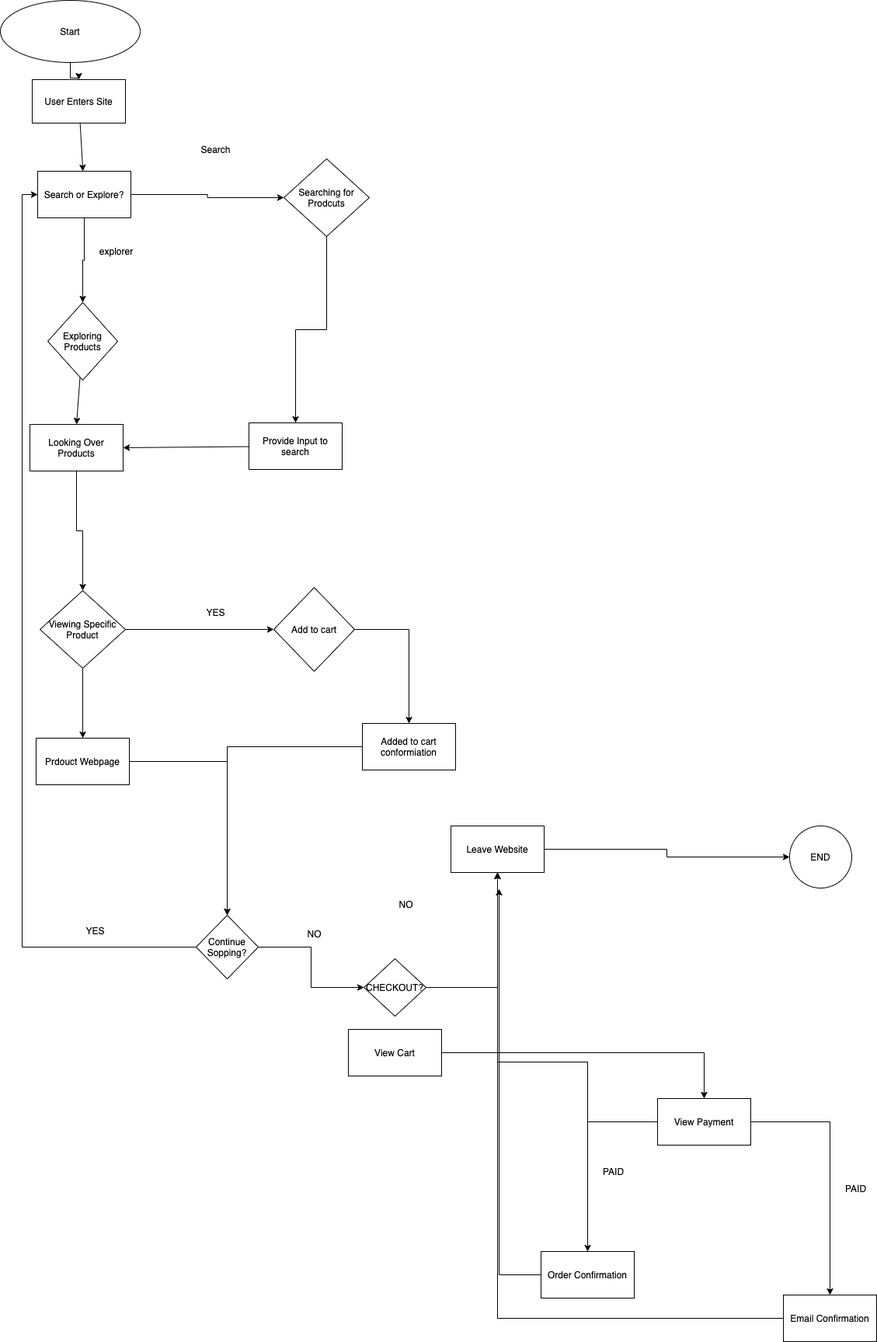
This is part2/part2.drawio.png from SleepyDeep/sp21-cse110-lab4, a draw.io export, as it was before one commit. Source tidied: cells renumbered, new cells last; positions are measured from the earlier drawing's top-left corner, leaving out a move shared by most shapes.
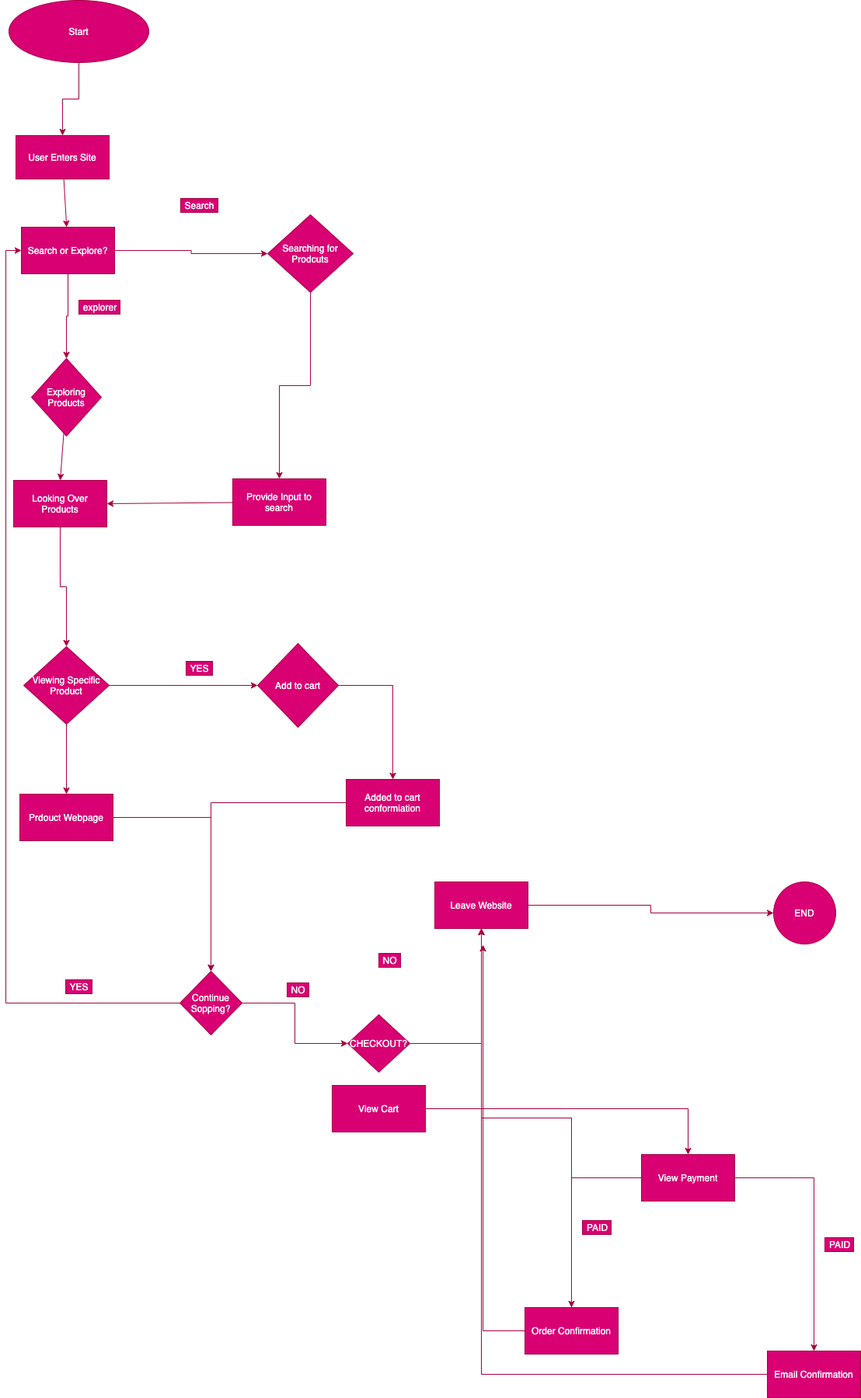
After the change.

What changed in the source:
```diff
@@ -2,162 +2,162 @@
   <root>
     <mxCell id="0" />
     <mxCell id="1" parent="0" />
-    <mxCell id="2" style="edgeStyle=orthogonalEdgeStyle;rounded=0;jettySize=auto;html=1;entryX=0.5;entryY=0;entryDx=0;entryDy=0;" parent="1" edge="1" source="3" target="5">
+    <mxCell id="2" style="edgeStyle=orthogonalEdgeStyle;rounded=0;jettySize=auto;html=1;entryX=0.5;entryY=0;entryDx=0;entryDy=0;strokeColor=#A50040;fillColor=#d80073;" parent="1" edge="1" source="3" target="5">
       <mxGeometry relative="1" as="geometry" />
     </mxCell>
-    <mxCell id="3" value="Start" style="ellipse;whiteSpace=wrap;html=1;" parent="1" vertex="1">
-      <mxGeometry width="180" height="80" as="geometry" />
+    <mxCell id="3" value="Start" style="ellipse;whiteSpace=wrap;html=1;strokeColor=#A50040;fillColor=#d80073;fontColor=#ffffff;" parent="1" vertex="1">
+      <mxGeometry x="32" y="-72" width="180" height="80" as="geometry" />
     </mxCell>
-    <mxCell id="4" style="edgeStyle=none;rounded=0;jettySize=auto;html=1;" parent="1" edge="1" source="5" target="29">
+    <mxCell id="4" style="edgeStyle=none;rounded=0;jettySize=auto;html=1;strokeColor=#A50040;fillColor=#d80073;" parent="1" edge="1" source="5" target="29">
       <mxGeometry relative="1" as="geometry" />
     </mxCell>
-    <mxCell id="5" value="User Enters Site" style="whiteSpace=wrap;html=1;" parent="1" vertex="1">
+    <mxCell id="5" value="User Enters Site" style="whiteSpace=wrap;html=1;strokeColor=#A50040;fillColor=#d80073;fontColor=#ffffff;" parent="1" vertex="1">
       <mxGeometry x="41" y="102" width="120" height="56" as="geometry" />
     </mxCell>
-    <mxCell id="6" style="edgeStyle=none;rounded=0;jettySize=auto;html=1;entryX=0.5;entryY=0;entryDx=0;entryDy=0;" parent="1" edge="1" source="7" target="13">
+    <mxCell id="6" style="edgeStyle=none;rounded=0;jettySize=auto;html=1;entryX=0.5;entryY=0;entryDx=0;entryDy=0;strokeColor=#A50040;fillColor=#d80073;" parent="1" edge="1" source="7" target="13">
       <mxGeometry relative="1" as="geometry" />
     </mxCell>
-    <mxCell id="7" value="Exploring Products" style="rhombus;whiteSpace=wrap;html=1;" parent="1" vertex="1">
+    <mxCell id="7" value="Exploring Products" style="rhombus;whiteSpace=wrap;html=1;strokeColor=#A50040;fillColor=#d80073;fontColor=#ffffff;" parent="1" vertex="1">
       <mxGeometry x="61" y="389" width="90" height="100" as="geometry" />
     </mxCell>
-    <mxCell id="8" style="edgeStyle=orthogonalEdgeStyle;rounded=0;jettySize=auto;html=1;" parent="1" edge="1" source="9" target="11">
+    <mxCell id="8" style="edgeStyle=orthogonalEdgeStyle;rounded=0;jettySize=auto;html=1;strokeColor=#A50040;fillColor=#d80073;" parent="1" edge="1" source="9" target="11">
       <mxGeometry relative="1" as="geometry" />
     </mxCell>
-    <mxCell id="9" value="Searching for Prodcuts" style="rhombus;whiteSpace=wrap;html=1;" parent="1" vertex="1">
+    <mxCell id="9" value="Searching for Prodcuts" style="rhombus;whiteSpace=wrap;html=1;strokeColor=#A50040;fillColor=#d80073;fontColor=#ffffff;" parent="1" vertex="1">
       <mxGeometry x="365" y="204" width="110" height="100" as="geometry" />
     </mxCell>
-    <mxCell id="10" style="edgeStyle=none;rounded=0;jettySize=auto;html=1;entryX=1;entryY=0.5;entryDx=0;entryDy=0;" parent="1" edge="1" source="11" target="13">
+    <mxCell id="10" style="edgeStyle=none;rounded=0;jettySize=auto;html=1;entryX=1;entryY=0.5;entryDx=0;entryDy=0;strokeColor=#A50040;fillColor=#d80073;" parent="1" edge="1" source="11" target="13">
       <mxGeometry relative="1" as="geometry" />
     </mxCell>
-    <mxCell id="11" value="Provide Input to search" style="whiteSpace=wrap;html=1;" parent="1" vertex="1">
+    <mxCell id="11" value="Provide Input to search" style="whiteSpace=wrap;html=1;strokeColor=#A50040;fillColor=#d80073;fontColor=#ffffff;" parent="1" vertex="1">
       <mxGeometry x="320" y="544" width="120" height="60" as="geometry" />
     </mxCell>
-    <mxCell id="12" style="edgeStyle=orthogonalEdgeStyle;rounded=0;jettySize=auto;html=1;entryX=0.5;entryY=0;entryDx=0;entryDy=0;" parent="1" edge="1" source="13" target="16">
+    <mxCell id="12" style="edgeStyle=orthogonalEdgeStyle;rounded=0;jettySize=auto;html=1;entryX=0.5;entryY=0;entryDx=0;entryDy=0;strokeColor=#A50040;fillColor=#d80073;" parent="1" edge="1" source="13" target="16">
       <mxGeometry relative="1" as="geometry" />
     </mxCell>
-    <mxCell id="13" value="Looking Over Products" style="whiteSpace=wrap;html=1;" parent="1" vertex="1">
+    <mxCell id="13" value="Looking Over Products" style="whiteSpace=wrap;html=1;strokeColor=#A50040;fillColor=#d80073;fontColor=#ffffff;" parent="1" vertex="1">
       <mxGeometry x="38" y="546" width="120" height="60" as="geometry" />
     </mxCell>
-    <mxCell id="14" style="edgeStyle=orthogonalEdgeStyle;rounded=0;jettySize=auto;html=1;entryX=0;entryY=0.5;entryDx=0;entryDy=0;" parent="1" edge="1" source="16" target="18">
+    <mxCell id="14" style="edgeStyle=orthogonalEdgeStyle;rounded=0;jettySize=auto;html=1;entryX=0;entryY=0.5;entryDx=0;entryDy=0;strokeColor=#A50040;fillColor=#d80073;" parent="1" edge="1" source="16" target="18">
       <mxGeometry relative="1" as="geometry" />
     </mxCell>
-    <mxCell id="15" style="edgeStyle=orthogonalEdgeStyle;rounded=0;jettySize=auto;html=1;entryX=0.5;entryY=0;entryDx=0;entryDy=0;" parent="1" edge="1" source="16" target="23">
+    <mxCell id="15" style="edgeStyle=orthogonalEdgeStyle;rounded=0;jettySize=auto;html=1;entryX=0.5;entryY=0;entryDx=0;entryDy=0;strokeColor=#A50040;fillColor=#d80073;" parent="1" edge="1" source="16" target="23">
       <mxGeometry relative="1" as="geometry" />
     </mxCell>
-    <mxCell id="16" value="Viewing Specific Product" style="rhombus;whiteSpace=wrap;html=1;" parent="1" vertex="1">
+    <mxCell id="16" value="Viewing Specific Product" style="rhombus;whiteSpace=wrap;html=1;strokeColor=#A50040;fillColor=#d80073;fontColor=#ffffff;" parent="1" vertex="1">
       <mxGeometry x="51" y="760" width="110" height="100" as="geometry" />
     </mxCell>
-    <mxCell id="17" style="edgeStyle=orthogonalEdgeStyle;rounded=0;jettySize=auto;html=1;" parent="1" edge="1" source="18" target="21">
+    <mxCell id="17" style="edgeStyle=orthogonalEdgeStyle;rounded=0;jettySize=auto;html=1;strokeColor=#A50040;fillColor=#d80073;" parent="1" edge="1" source="18" target="21">
       <mxGeometry relative="1" as="geometry" />
     </mxCell>
-    <mxCell id="18" value="Add to cart" style="rhombus;whiteSpace=wrap;html=1;" parent="1" vertex="1">
+    <mxCell id="18" value="Add to cart" style="rhombus;whiteSpace=wrap;html=1;strokeColor=#A50040;fillColor=#d80073;fontColor=#ffffff;" parent="1" vertex="1">
       <mxGeometry x="352" y="756" width="104" height="108" as="geometry" />
     </mxCell>
-    <mxCell id="19" value="YES" style="text;html=1;align=center;verticalAlign=middle;" parent="1" vertex="1">
+    <mxCell id="19" value="YES" style="text;html=1;align=center;verticalAlign=middle;strokeColor=#A50040;fillColor=#d80073;fontColor=#ffffff;" parent="1" vertex="1">
       <mxGeometry x="260" y="779" width="34" height="18" as="geometry" />
     </mxCell>
-    <mxCell id="20" style="edgeStyle=orthogonalEdgeStyle;rounded=0;jettySize=auto;html=1;" parent="1" edge="1" source="21" target="26">
+    <mxCell id="20" style="edgeStyle=orthogonalEdgeStyle;rounded=0;jettySize=auto;html=1;strokeColor=#A50040;fillColor=#d80073;" parent="1" edge="1" source="21" target="26">
       <mxGeometry relative="1" as="geometry" />
     </mxCell>
-    <mxCell id="21" value="Added to cart conformiation" style="whiteSpace=wrap;html=1;" parent="1" vertex="1">
+    <mxCell id="21" value="Added to cart conformiation" style="whiteSpace=wrap;html=1;strokeColor=#A50040;fillColor=#d80073;fontColor=#ffffff;" parent="1" vertex="1">
       <mxGeometry x="466" y="931" width="120" height="60" as="geometry" />
     </mxCell>
-    <mxCell id="22" style="edgeStyle=orthogonalEdgeStyle;rounded=0;jettySize=auto;html=1;entryX=0.5;entryY=0;entryDx=0;entryDy=0;" parent="1" edge="1" source="23" target="26">
+    <mxCell id="22" style="edgeStyle=orthogonalEdgeStyle;rounded=0;jettySize=auto;html=1;entryX=0.5;entryY=0;entryDx=0;entryDy=0;strokeColor=#A50040;fillColor=#d80073;" parent="1" edge="1" source="23" target="26">
       <mxGeometry relative="1" as="geometry" />
     </mxCell>
-    <mxCell id="23" value="Prdouct Webpage" style="whiteSpace=wrap;html=1;" parent="1" vertex="1">
+    <mxCell id="23" value="Prdouct Webpage" style="whiteSpace=wrap;html=1;strokeColor=#A50040;fillColor=#d80073;fontColor=#ffffff;" parent="1" vertex="1">
       <mxGeometry x="46" y="950" width="120" height="60" as="geometry" />
     </mxCell>
-    <mxCell id="24" style="edgeStyle=orthogonalEdgeStyle;rounded=0;jettySize=auto;html=1;entryX=0;entryY=0.5;entryDx=0;entryDy=0;" parent="1" edge="1" source="26" target="29">
+    <mxCell id="24" style="edgeStyle=orthogonalEdgeStyle;rounded=0;jettySize=auto;html=1;entryX=0;entryY=0.5;entryDx=0;entryDy=0;strokeColor=#A50040;fillColor=#d80073;" parent="1" edge="1" source="26" target="29">
       <mxGeometry relative="1" as="geometry" />
     </mxCell>
-    <mxCell id="25" style="edgeStyle=orthogonalEdgeStyle;rounded=0;jettySize=auto;html=1;exitX=1;exitY=0.5;exitDx=0;exitDy=0;entryX=0;entryY=0.5;entryDx=0;entryDy=0;" parent="1" edge="1" source="26" target="34">
+    <mxCell id="25" style="edgeStyle=orthogonalEdgeStyle;rounded=0;jettySize=auto;html=1;exitX=1;exitY=0.5;exitDx=0;exitDy=0;entryX=0;entryY=0.5;entryDx=0;entryDy=0;strokeColor=#A50040;fillColor=#d80073;" parent="1" edge="1" source="26" target="34">
       <mxGeometry relative="1" as="geometry" />
     </mxCell>
-    <mxCell id="26" value="Continue Sopping?" style="rhombus;whiteSpace=wrap;html=1;" parent="1" vertex="1">
+    <mxCell id="26" value="Continue Sopping?" style="rhombus;whiteSpace=wrap;html=1;strokeColor=#A50040;fillColor=#d80073;fontColor=#ffffff;" parent="1" vertex="1">
       <mxGeometry x="252" y="1178" width="80" height="82" as="geometry" />
     </mxCell>
-    <mxCell id="27" style="edgeStyle=orthogonalEdgeStyle;rounded=0;jettySize=auto;html=1;" parent="1" edge="1" source="29" target="7">
+    <mxCell id="27" style="edgeStyle=orthogonalEdgeStyle;rounded=0;jettySize=auto;html=1;strokeColor=#A50040;fillColor=#d80073;" parent="1" edge="1" source="29" target="7">
       <mxGeometry relative="1" as="geometry" />
     </mxCell>
-    <mxCell id="28" style="edgeStyle=orthogonalEdgeStyle;rounded=0;jettySize=auto;html=1;entryX=0;entryY=0.5;entryDx=0;entryDy=0;" parent="1" edge="1" source="29" target="9">
+    <mxCell id="28" style="edgeStyle=orthogonalEdgeStyle;rounded=0;jettySize=auto;html=1;entryX=0;entryY=0.5;entryDx=0;entryDy=0;strokeColor=#A50040;fillColor=#d80073;" parent="1" edge="1" source="29" target="9">
       <mxGeometry relative="1" as="geometry" />
     </mxCell>
-    <mxCell id="29" value="Search or Explore?" style="whiteSpace=wrap;html=1;" parent="1" vertex="1">
+    <mxCell id="29" value="Search or Explore?" style="whiteSpace=wrap;html=1;strokeColor=#A50040;fillColor=#d80073;fontColor=#ffffff;" parent="1" vertex="1">
       <mxGeometry x="48" y="220" width="120" height="60" as="geometry" />
     </mxCell>
-    <mxCell id="30" value="Search" style="text;html=1;align=center;verticalAlign=middle;" parent="1" vertex="1">
+    <mxCell id="30" value="Search" style="text;html=1;align=center;verticalAlign=middle;strokeColor=#A50040;fillColor=#d80073;fontColor=#ffffff;" parent="1" vertex="1">
       <mxGeometry x="253" y="183" width="48" height="18" as="geometry" />
     </mxCell>
-    <mxCell id="31" value="explorer" style="text;html=1;align=center;verticalAlign=middle;" parent="1" vertex="1">
+    <mxCell id="31" value="explorer" style="text;html=1;align=center;verticalAlign=middle;strokeColor=#A50040;fillColor=#d80073;fontColor=#ffffff;" parent="1" vertex="1">
       <mxGeometry x="122" y="314" width="53" height="18" as="geometry" />
     </mxCell>
-    <mxCell id="32" value="YES" style="text;html=1;align=center;verticalAlign=middle;" parent="1" vertex="1">
+    <mxCell id="32" value="YES" style="text;html=1;align=center;verticalAlign=middle;strokeColor=#A50040;fillColor=#d80073;fontColor=#ffffff;" parent="1" vertex="1">
       <mxGeometry x="105" y="1189" width="34" height="18" as="geometry" />
     </mxCell>
-    <mxCell id="33" style="edgeStyle=orthogonalEdgeStyle;rounded=0;jettySize=auto;html=1;" parent="1" edge="1" source="34" target="37">
+    <mxCell id="33" style="edgeStyle=orthogonalEdgeStyle;rounded=0;jettySize=auto;html=1;strokeColor=#A50040;fillColor=#d80073;" parent="1" edge="1" source="34" target="37">
       <mxGeometry relative="1" as="geometry" />
     </mxCell>
-    <mxCell id="34" value="CHECKOUT?" style="rhombus;whiteSpace=wrap;html=1;" parent="1" vertex="1">
+    <mxCell id="34" value="CHECKOUT?" style="rhombus;whiteSpace=wrap;html=1;strokeColor=#A50040;fillColor=#d80073;fontColor=#ffffff;" parent="1" vertex="1">
       <mxGeometry x="468" y="1234" width="80" height="74" as="geometry" />
     </mxCell>
-    <mxCell id="35" value="NO" style="text;html=1;align=center;verticalAlign=middle;" parent="1" vertex="1">
+    <mxCell id="35" value="NO" style="text;html=1;align=center;verticalAlign=middle;strokeColor=#A50040;fillColor=#d80073;fontColor=#ffffff;" parent="1" vertex="1">
       <mxGeometry x="390" y="1193" width="28" height="18" as="geometry" />
     </mxCell>
-    <mxCell id="36" style="edgeStyle=orthogonalEdgeStyle;rounded=0;jettySize=auto;html=1;entryX=0;entryY=0.5;entryDx=0;entryDy=0;" parent="1" edge="1" source="37" target="38">
+    <mxCell id="36" style="edgeStyle=orthogonalEdgeStyle;rounded=0;jettySize=auto;html=1;entryX=0;entryY=0.5;entryDx=0;entryDy=0;strokeColor=#A50040;fillColor=#d80073;" parent="1" edge="1" source="37" target="38">
       <mxGeometry relative="1" as="geometry" />
     </mxCell>
-    <mxCell id="37" value="Leave Website" style="whiteSpace=wrap;html=1;" parent="1" vertex="1">
+    <mxCell id="37" value="Leave Website" style="whiteSpace=wrap;html=1;strokeColor=#A50040;fillColor=#d80073;fontColor=#ffffff;" parent="1" vertex="1">
       <mxGeometry x="580" y="1063" width="120" height="60" as="geometry" />
     </mxCell>
-    <mxCell id="38" value="END" style="ellipse;whiteSpace=wrap;html=1;" parent="1" vertex="1">
+    <mxCell id="38" value="END" style="ellipse;whiteSpace=wrap;html=1;strokeColor=#A50040;fillColor=#d80073;fontColor=#ffffff;" parent="1" vertex="1">
       <mxGeometry x="1016" y="1063" width="80" height="80" as="geometry" />
     </mxCell>
-    <mxCell id="39" value="NO" style="text;html=1;align=center;verticalAlign=middle;" parent="1" vertex="1">
+    <mxCell id="39" value="NO" style="text;html=1;align=center;verticalAlign=middle;strokeColor=#A50040;fillColor=#d80073;fontColor=#ffffff;" parent="1" vertex="1">
       <mxGeometry x="508" y="1155" width="28" height="18" as="geometry" />
     </mxCell>
-    <mxCell id="40" style="edgeStyle=orthogonalEdgeStyle;rounded=0;jettySize=auto;html=1;" parent="1" edge="1" source="41" target="44">
+    <mxCell id="40" style="edgeStyle=orthogonalEdgeStyle;rounded=0;jettySize=auto;html=1;strokeColor=#A50040;fillColor=#d80073;" parent="1" edge="1" source="41" target="44">
       <mxGeometry relative="1" as="geometry" />
     </mxCell>
-    <mxCell id="41" value="View Cart" style="whiteSpace=wrap;html=1;" parent="1" vertex="1">
+    <mxCell id="41" value="View Cart" style="whiteSpace=wrap;html=1;strokeColor=#A50040;fillColor=#d80073;fontColor=#ffffff;" parent="1" vertex="1">
       <mxGeometry x="448" y="1325" width="120" height="60" as="geometry" />
     </mxCell>
-    <mxCell id="42" style="edgeStyle=orthogonalEdgeStyle;rounded=0;jettySize=auto;html=1;" parent="1" edge="1" source="44" target="51">
+    <mxCell id="42" style="edgeStyle=orthogonalEdgeStyle;rounded=0;jettySize=auto;html=1;strokeColor=#A50040;fillColor=#d80073;" parent="1" edge="1" source="44" target="51">
       <mxGeometry relative="1" as="geometry" />
     </mxCell>
-    <mxCell id="43" style="edgeStyle=orthogonalEdgeStyle;rounded=0;jettySize=auto;html=1;" parent="1" edge="1" source="44" target="49">
+    <mxCell id="43" style="edgeStyle=orthogonalEdgeStyle;rounded=0;jettySize=auto;html=1;strokeColor=#A50040;fillColor=#d80073;" parent="1" edge="1" source="44" target="49">
       <mxGeometry relative="1" as="geometry" />
     </mxCell>
-    <mxCell id="44" value="View Payment" style="whiteSpace=wrap;html=1;" parent="1" vertex="1">
+    <mxCell id="44" value="View Payment" style="whiteSpace=wrap;html=1;strokeColor=#A50040;fillColor=#d80073;fontColor=#ffffff;" parent="1" vertex="1">
       <mxGeometry x="846" y="1414" width="120" height="60" as="geometry" />
     </mxCell>
-    <mxCell id="45" style="edgeStyle=orthogonalEdgeStyle;rounded=0;jettySize=auto;html=1;entryX=0.5;entryY=1;entryDx=0;entryDy=0;" parent="1" edge="1" source="49" target="37">
+    <mxCell id="45" style="edgeStyle=orthogonalEdgeStyle;rounded=0;jettySize=auto;html=1;entryX=0.5;entryY=1;entryDx=0;entryDy=0;strokeColor=#A50040;fillColor=#d80073;" parent="1" edge="1" source="49" target="37">
       <mxGeometry relative="1" as="geometry" />
     </mxCell>
-    <mxCell id="46" style="edgeStyle=orthogonalEdgeStyle;rounded=0;jettySize=auto;html=1;entryX=0.5;entryY=1;entryDx=0;entryDy=0;" parent="1" edge="1" source="49" target="37">
+    <mxCell id="46" style="edgeStyle=orthogonalEdgeStyle;rounded=0;jettySize=auto;html=1;entryX=0.5;entryY=1;entryDx=0;entryDy=0;strokeColor=#A50040;fillColor=#d80073;" parent="1" edge="1" source="49" target="37">
       <mxGeometry relative="1" as="geometry" />
     </mxCell>
-    <mxCell id="47" style="edgeStyle=orthogonalEdgeStyle;rounded=0;jettySize=auto;html=1;entryX=0.5;entryY=1;entryDx=0;entryDy=0;" parent="1" edge="1" source="49" target="37">
+    <mxCell id="47" style="edgeStyle=orthogonalEdgeStyle;rounded=0;jettySize=auto;html=1;entryX=0.5;entryY=1;entryDx=0;entryDy=0;strokeColor=#A50040;fillColor=#d80073;" parent="1" edge="1" source="49" target="37">
       <mxGeometry relative="1" as="geometry" />
     </mxCell>
-    <mxCell id="48" style="edgeStyle=orthogonalEdgeStyle;rounded=0;jettySize=auto;html=1;" parent="1" edge="1" source="49">
+    <mxCell id="48" style="edgeStyle=orthogonalEdgeStyle;rounded=0;jettySize=auto;html=1;strokeColor=#A50040;fillColor=#d80073;" parent="1" edge="1" source="49">
       <mxGeometry relative="1" as="geometry">
         <mxPoint x="642" y="1144" as="targetPoint" />
       </mxGeometry>
     </mxCell>
-    <mxCell id="49" value="Order Confirmation" style="whiteSpace=wrap;html=1;" parent="1" vertex="1">
+    <mxCell id="49" value="Order Confirmation" style="whiteSpace=wrap;html=1;strokeColor=#A50040;fillColor=#d80073;fontColor=#ffffff;" parent="1" vertex="1">
       <mxGeometry x="696" y="1611" width="120" height="60" as="geometry" />
     </mxCell>
-    <mxCell id="50" style="edgeStyle=orthogonalEdgeStyle;rounded=0;jettySize=auto;html=1;" parent="1" edge="1" source="51" target="37">
+    <mxCell id="50" style="edgeStyle=orthogonalEdgeStyle;rounded=0;jettySize=auto;html=1;strokeColor=#A50040;fillColor=#d80073;" parent="1" edge="1" source="51" target="37">
       <mxGeometry relative="1" as="geometry" />
     </mxCell>
-    <mxCell id="51" value="Email Confirmation" style="whiteSpace=wrap;html=1;" parent="1" vertex="1">
+    <mxCell id="51" value="Email Confirmation" style="whiteSpace=wrap;html=1;strokeColor=#A50040;fillColor=#d80073;fontColor=#ffffff;" parent="1" vertex="1">
       <mxGeometry x="1008" y="1667" width="120" height="60" as="geometry" />
     </mxCell>
-    <mxCell id="52" value="PAID" style="text;html=1;align=center;verticalAlign=middle;" parent="1" vertex="1">
+    <mxCell id="52" value="PAID" style="text;html=1;align=center;verticalAlign=middle;strokeColor=#A50040;fillColor=#d80073;fontColor=#ffffff;" parent="1" vertex="1">
       <mxGeometry x="770" y="1499" width="37" height="18" as="geometry" />
     </mxCell>
-    <mxCell id="53" value="PAID" style="text;html=1;align=center;verticalAlign=middle;" parent="1" vertex="1">
+    <mxCell id="53" value="PAID" style="text;html=1;align=center;verticalAlign=middle;strokeColor=#A50040;fillColor=#d80073;fontColor=#ffffff;" parent="1" vertex="1">
       <mxGeometry x="1082" y="1521" width="37" height="18" as="geometry" />
     </mxCell>
   </root>
```
